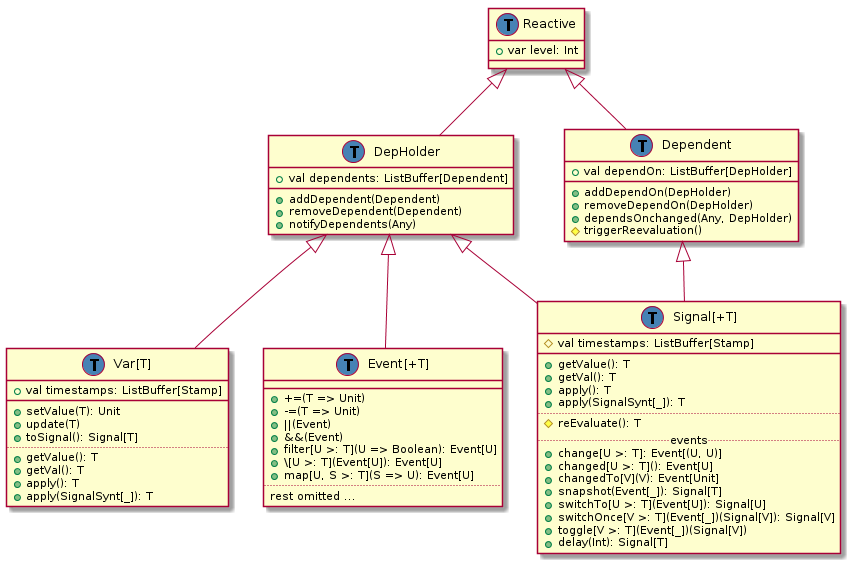
Above: doc/class-hierarchy/pre-refactoring-may-14.png in rescala-lang/REScala (PlantUML), before the change.
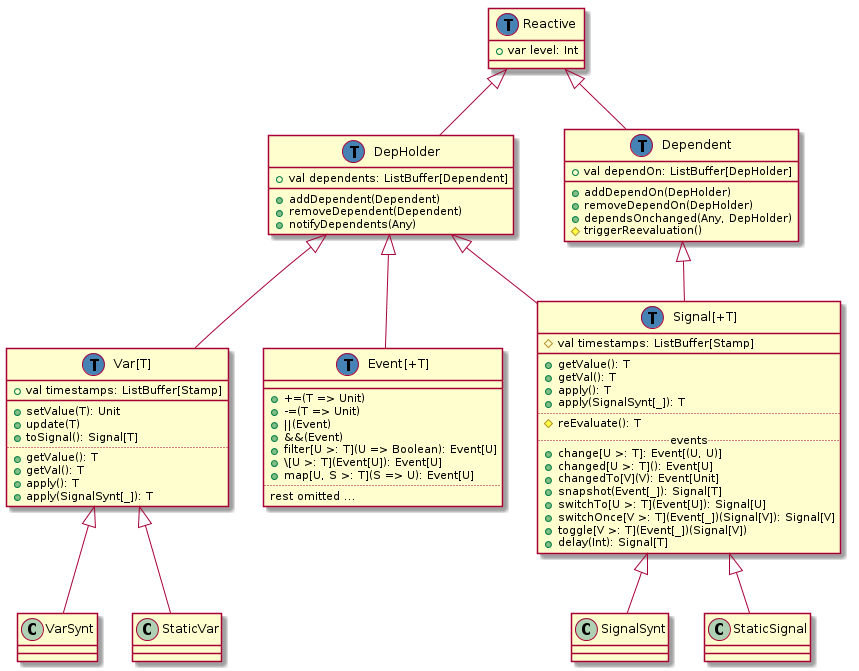
The same file after the commit.

Commit message:
Add concrete classes to pre- and postrefactoring uml

The edit, as a diff of the source:
```diff
@@ -69,6 +69,12 @@
   rest omitted ...
 }
 
+
+Signal <|-- SignalSynt
+Signal <|-- StaticSignal
+Var <|-- VarSynt
+Var <|-- StaticVar
+
 class Signal << (T,#4682b4) >>
 class Var << (T,#4682b4) >>
 class DepHolder << (T,#4682b4) >>
```
